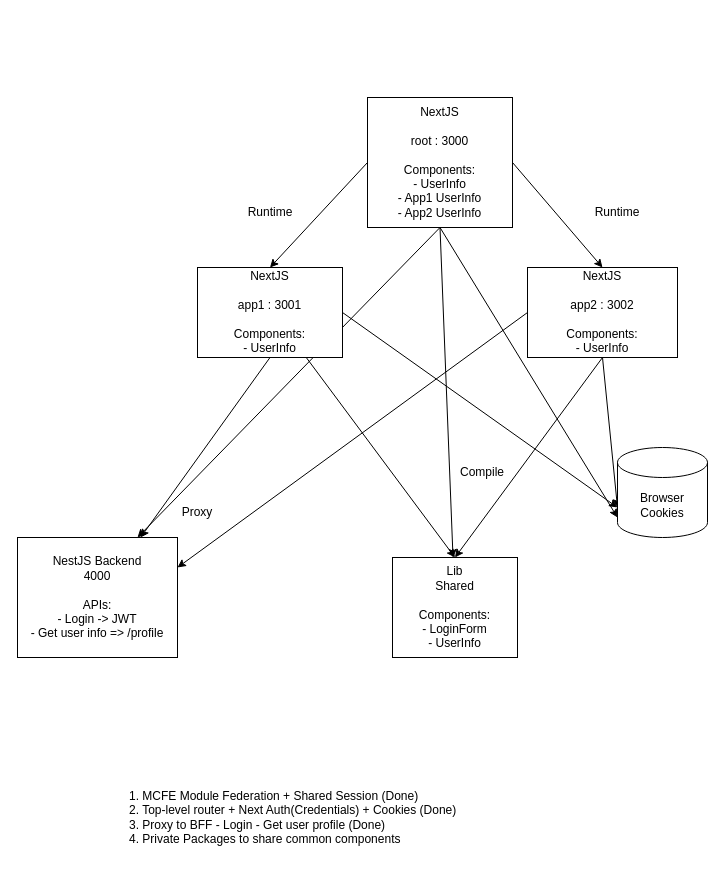
LeTienHanh/mcfe-demo keeps this draw.io diagram as architecture.dio. Above is the earlier version. Source tidied: cells renumbered, new cells numbered last; positions are measured from the earlier drawing's top-left corner, leaving out a move shared by most shapes. Both pictures are drawn from the tidied source at 100%, with x=0, y=0 at pixel (17, 97).
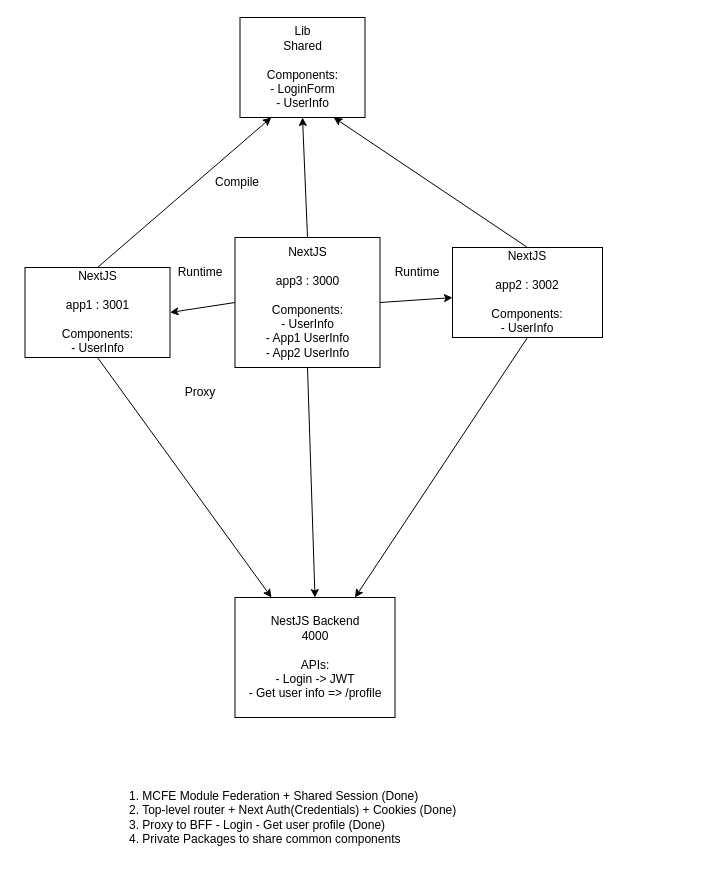
The same page after the edit.

Change to the diagram source:
```diff
@@
+    <mxCell id="4" style="edgeStyle=none;html=1;exitX=0.5;exitY=1;exitDx=0;exitDy=0;entryX=0.5;entryY=0;entryDx=0;entryDy=0;" parent="1" edge="1" source="7" target="17">
+      <mxGeometry relative="1" as="geometry" />
+    </mxCell>
+    <mxCell id="3" style="edgeStyle=none;html=1;exitX=0.5;exitY=0;exitDx=0;exitDy=0;entryX=0.5;entryY=1;entryDx=0;entryDy=0;" parent="1" edge="1" source="7" target="16">
+      <mxGeometry relative="1" as="geometry" />
+    </mxCell>
-    <mxCell id="2" style="edgeStyle=none;html=1;exitX=0;exitY=0.5;exitDx=0;exitDy=0;entryX=0.5;entryY=0;entryDx=0;entryDy=0;" parent="1" edge="1" source="7" target="11">
+    <mxCell id="2" style="edgeStyle=none;html=1;exitX=0;exitY=0.5;exitDx=0;exitDy=0;entryX=1;entryY=0.5;entryDx=0;entryDy=0;" parent="1" edge="1" source="7" target="11">
       <mxGeometry relative="1" as="geometry" />
     </mxCell>
-    <mxCell id="3" style="edgeStyle=none;html=1;exitX=0.5;exitY=1;exitDx=0;exitDy=0;" parent="1" edge="1" source="7" target="16">
-      <mxGeometry relative="1" as="geometry" />
-    </mxCell>
-    <mxCell id="4" style="edgeStyle=none;html=1;exitX=0.5;exitY=1;exitDx=0;exitDy=0;entryX=0.75;entryY=0;entryDx=0;entryDy=0;" parent="1" edge="1" source="7" target="17">
-      <mxGeometry relative="1" as="geometry" />
-    </mxCell>
-    <mxCell id="5" style="edgeStyle=none;html=1;exitX=0.5;exitY=1;exitDx=0;exitDy=0;" parent="1" edge="1" source="7">
-      <mxGeometry relative="1" as="geometry">
-        <mxPoint x="600" y="420" as="targetPoint" />
-      </mxGeometry>
-    </mxCell>
-    <mxCell id="6" style="edgeStyle=none;html=1;exitX=1;exitY=0.5;exitDx=0;exitDy=0;entryX=0.5;entryY=0;entryDx=0;entryDy=0;" parent="1" edge="1" source="7" target="15">
+    <mxCell id="6" style="edgeStyle=none;html=1;exitX=1;exitY=0.5;exitDx=0;exitDy=0;" parent="1" edge="1" source="7" target="15">
       <mxGeometry relative="1" as="geometry" />
     </mxCell>
-    <mxCell id="7" value="NextJS&lt;br&gt;&lt;br&gt;root : 3000&lt;br&gt;&lt;br&gt;Components:&lt;br&gt;- UserInfo&lt;br&gt;- App1 UserInfo&lt;br&gt;- App2 UserInfo" style="rounded=0;whiteSpace=wrap;html=1;" parent="1" vertex="1">
-      <mxGeometry x="350" width="145" height="130" as="geometry" />
+    <mxCell id="7" value="NextJS&lt;br&gt;&lt;br&gt;app3 : 3000&lt;br&gt;&lt;br&gt;Components:&lt;br&gt;- UserInfo&lt;br&gt;- App1 UserInfo&lt;br&gt;- App2 UserInfo" style="rounded=0;whiteSpace=wrap;html=1;" parent="1" vertex="1">
+      <mxGeometry x="217.5" y="140" width="145" height="130" as="geometry" />
     </mxCell>
@@
-    <mxCell id="9" style="edgeStyle=none;html=1;exitX=0.75;exitY=1;exitDx=0;exitDy=0;entryX=0.5;entryY=0;entryDx=0;entryDy=0;" parent="1" edge="1" source="11" target="16">
+    <mxCell id="9" style="edgeStyle=none;html=1;exitX=0.5;exitY=0;exitDx=0;exitDy=0;entryX=0.25;entryY=1;entryDx=0;entryDy=0;" parent="1" edge="1" source="11" target="16">
       <mxGeometry relative="1" as="geometry" />
     </mxCell>
-    <mxCell id="10" style="edgeStyle=none;html=1;exitX=1;exitY=0.5;exitDx=0;exitDy=0;entryX=0;entryY=0;entryDx=0;entryDy=60;entryPerimeter=0;" parent="1" edge="1" source="11" target="20">
-      <mxGeometry relative="1" as="geometry" />
-    </mxCell>
     <mxCell id="11" value="NextJS&lt;br&gt;&lt;br&gt;app1 : 3001&lt;br&gt;&lt;br&gt;Components:&lt;br&gt;- UserInfo&lt;br&gt;" style="rounded=0;whiteSpace=wrap;html=1;" parent="1" vertex="1">
-      <mxGeometry x="180" y="170" width="145" height="90" as="geometry" />
+      <mxGeometry x="7.5" y="170" width="145" height="90" as="geometry" />
     </mxCell>
+    <mxCell id="13" style="edgeStyle=none;html=1;exitX=0.5;exitY=1;exitDx=0;exitDy=0;entryX=0.75;entryY=0;entryDx=0;entryDy=0;" parent="1" edge="1" source="15" target="17">
+      <mxGeometry relative="1" as="geometry" />
+    </mxCell>
-    <mxCell id="12" style="edgeStyle=none;html=1;exitX=0.5;exitY=1;exitDx=0;exitDy=0;entryX=0.5;entryY=0;entryDx=0;entryDy=0;" parent="1" edge="1" source="15" target="16">
+    <mxCell id="12" style="edgeStyle=none;html=1;exitX=0.5;exitY=0;exitDx=0;exitDy=0;entryX=0.75;entryY=1;entryDx=0;entryDy=0;" parent="1" edge="1" source="15" target="16">
       <mxGeometry relative="1" as="geometry" />
     </mxCell>
-    <mxCell id="13" style="edgeStyle=none;html=1;exitX=0;exitY=0.5;exitDx=0;exitDy=0;entryX=1;entryY=0.25;entryDx=0;entryDy=0;" parent="1" edge="1" source="15" target="17">
-      <mxGeometry relative="1" as="geometry" />
-    </mxCell>
-    <mxCell id="14" style="edgeStyle=none;html=1;exitX=0.5;exitY=1;exitDx=0;exitDy=0;entryX=0;entryY=0;entryDx=0;entryDy=60;entryPerimeter=0;" parent="1" edge="1" source="15" target="20">
-      <mxGeometry relative="1" as="geometry" />
-    </mxCell>
     <mxCell id="15" value="NextJS&lt;br&gt;&lt;br&gt;app2 : 3002&lt;br&gt;&lt;br&gt;Components:&lt;br&gt;- UserInfo&lt;br&gt;" style="rounded=0;whiteSpace=wrap;html=1;" parent="1" vertex="1">
-      <mxGeometry x="510" y="170" width="150" height="90" as="geometry" />
+      <mxGeometry x="435" y="150" width="150" height="90" as="geometry" />
     </mxCell>
     <mxCell id="16" value="Lib&lt;br&gt;Shared&lt;br&gt;&lt;br&gt;Components:&lt;br&gt;- LoginForm&lt;br&gt;- UserInfo" style="rounded=0;whiteSpace=wrap;html=1;" parent="1" vertex="1">
-      <mxGeometry x="375" y="460" width="125" height="100" as="geometry" />
+      <mxGeometry x="222.5" y="-80" width="125" height="100" as="geometry" />
     </mxCell>
     <mxCell id="17" value="NestJS Backend&lt;br&gt;4000&lt;br&gt;&lt;br&gt;APIs:&lt;br&gt;- Login -&amp;gt; JWT&lt;br&gt;- Get user info =&amp;gt; /profile" style="rounded=0;whiteSpace=wrap;html=1;" parent="1" vertex="1">
-      <mxGeometry y="440" width="160" height="120" as="geometry" />
+      <mxGeometry x="217.5" y="500" width="160" height="120" as="geometry" />
     </mxCell>
     <mxCell id="18" value="Compile" style="text;html=1;strokeColor=none;fillColor=none;align=center;verticalAlign=middle;whiteSpace=wrap;rounded=0;" parent="1" vertex="1">
-      <mxGeometry x="435" y="360" width="60" height="30" as="geometry" />
+      <mxGeometry x="190" y="70" width="60" height="30" as="geometry" />
     </mxCell>
@@
-    <mxCell id="20" value="Browser&lt;br&gt;Cookies" style="shape=cylinder3;whiteSpace=wrap;html=1;boundedLbl=1;backgroundOutline=1;size=15;" parent="1" vertex="1">
-      <mxGeometry x="600" y="350" width="90" height="90" as="geometry" />
-    </mxCell>
     <mxCell id="21" value="Runtime" style="text;html=1;strokeColor=none;fillColor=none;align=center;verticalAlign=middle;whiteSpace=wrap;rounded=0;" parent="1" vertex="1">
-      <mxGeometry x="222.5" y="100" width="60" height="30" as="geometry" />
+      <mxGeometry x="152.5" y="160" width="60" height="30" as="geometry" />
     </mxCell>
     <mxCell id="22" value="Runtime" style="text;html=1;strokeColor=none;fillColor=none;align=center;verticalAlign=middle;whiteSpace=wrap;rounded=0;" parent="1" vertex="1">
-      <mxGeometry x="570" y="100" width="60" height="30" as="geometry" />
+      <mxGeometry x="370" y="160" width="60" height="30" as="geometry" />
     </mxCell>
     <mxCell id="23" value="Proxy" style="text;html=1;strokeColor=none;fillColor=none;align=center;verticalAlign=middle;whiteSpace=wrap;rounded=0;" parent="1" vertex="1">
-      <mxGeometry x="150" y="400" width="60" height="30" as="geometry" />
+      <mxGeometry x="152.5" y="280" width="60" height="30" as="geometry" />
     </mxCell>
```
